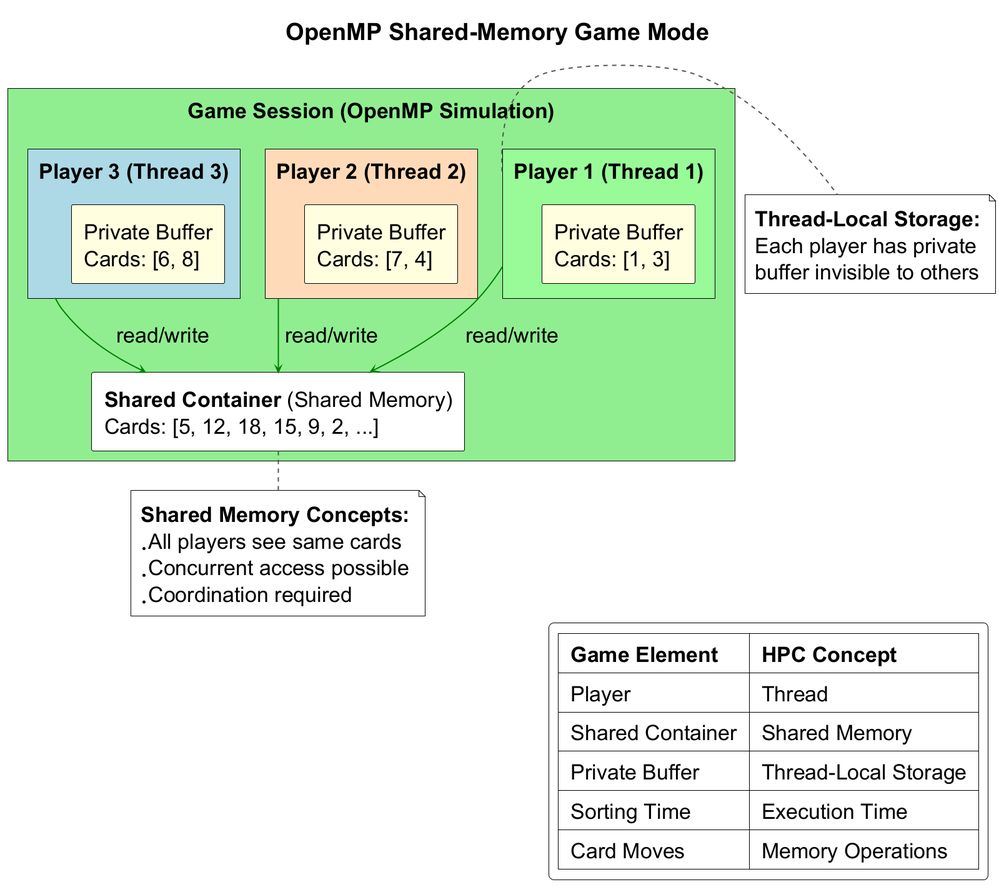
Above: figures/diagrams/openmp-game-mode.png in Siponek/HPC-thesis (PlantUML), before the change. Its diagram source:
```plantuml
@startuml openmp-game-mode
!theme plain
!include ../shared/theme.puml

title OpenMP Shared-Memory Game Mode

rectangle "Game Session (OpenMP Simulation)" as SESSION #LightGreen {

    rectangle "**Shared Container** (Shared Memory)\nCards: [5, 12, 18, 15, 9, 2, ...]" as SHARED #White

    rectangle "Player 1 (Thread 1)" as T1 #PaleGreen {
        rectangle "Private Buffer\nCards: [1, 3]" as BUF1 #LightYellow
    }

    rectangle "Player 2 (Thread 2)" as T2 #PeachPuff {
        rectangle "Private Buffer\nCards: [7, 4]" as BUF2 #LightYellow
    }

    rectangle "Player 3 (Thread 3)" as T3 #LightBlue {
        rectangle "Private Buffer\nCards: [6, 8]" as BUF3 #LightYellow
    }
}

T1 -[#green]-> SHARED : read/write
T2 -[#green]-> SHARED : read/write
T3 -[#green]-> SHARED : read/write

note bottom of SHARED
  **Shared Memory Concepts:**
  * All players see same cards
  * Concurrent access possible
  * Coordination required
end note

note right of T1
  **Thread-Local Storage:**
  Each player has private
  buffer invisible to others
end note

legend right
  |= Game Element |= HPC Concept |
  | Player | Thread |
  | Shared Container | Shared Memory |
  | Private Buffer | Thread-Local Storage |
  | Sorting Time | Execution Time |
  | Card Moves | Memory Operations |
endlegend

@enduml
```
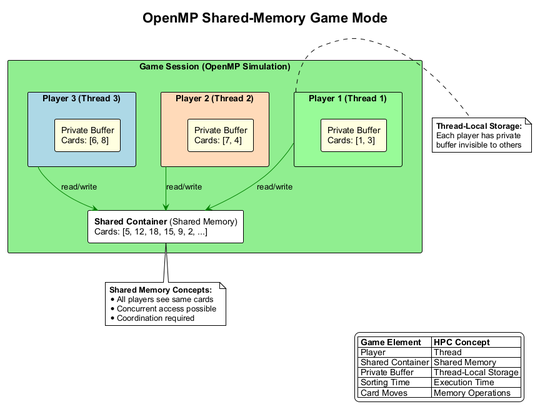
After the commit.

What changed in the source:
```diff
@@ -1,6 +1,7 @@
 @startuml openmp-game-mode
 !theme plain
-!include ../shared/theme.puml
+skinparam backgroundColor white
+skinparam defaultFontName Arial
 
 title OpenMP Shared-Memory Game Mode
 
```
